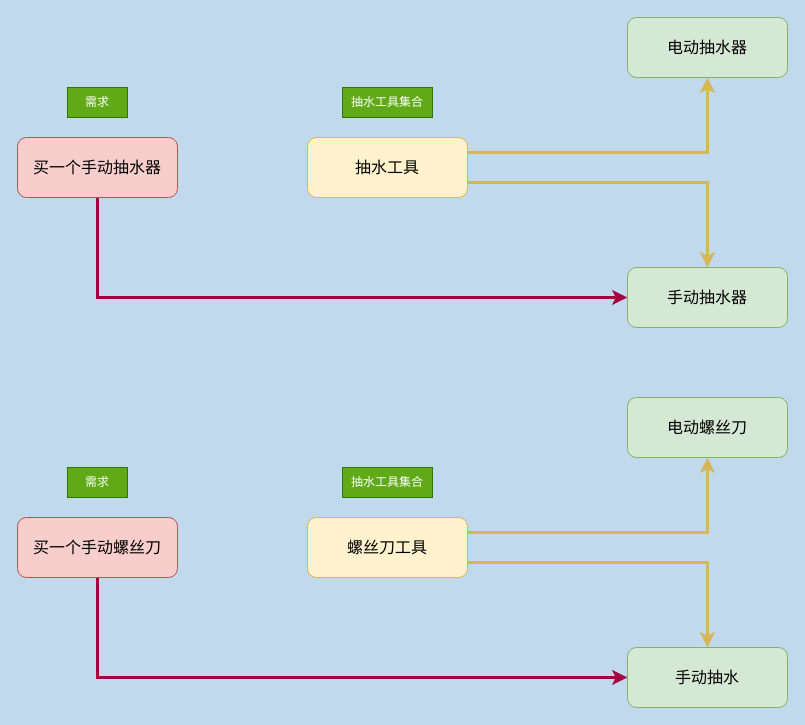
This is 信息差.drawio from bestOneOnly/drawRelations, a draw.io file, before an edit. Source tidied: cells renumbered, new cells numbered last; positions are measured from the earlier drawing's top-left corner, leaving out a move shared by most shapes. Both pictures are drawn from the tidied source at 100%, with x=0, y=0 at pixel (17, 17).
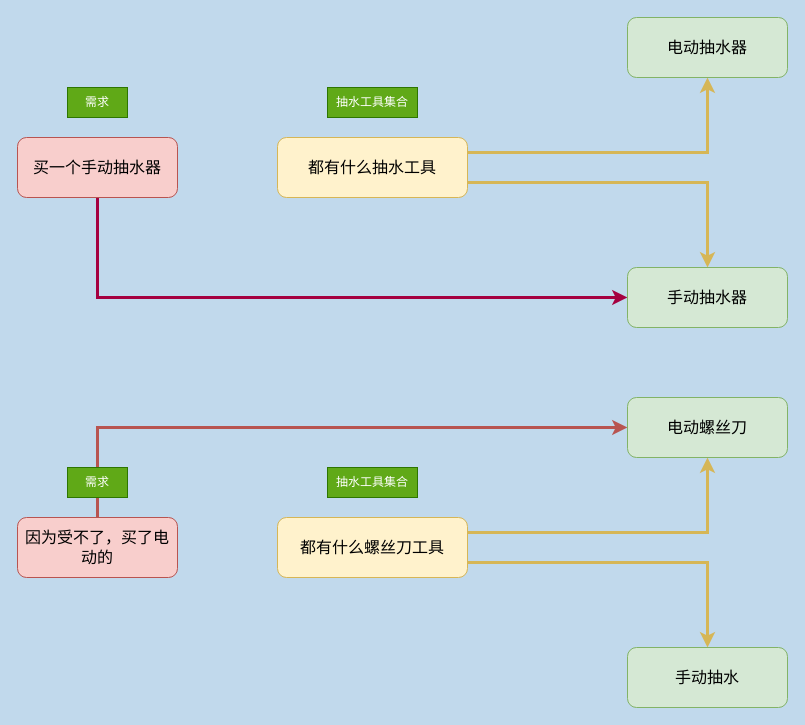
Above is the later version.

Commit message:
更新信息差.drawio

The edit, as a diff of the source:
```diff
@@
 <mxGraphModel background="#C1D9EC">
   <root>
     <mxCell id="0" />
     <mxCell id="1" parent="0" />
     <mxCell id="2" style="edgeStyle=orthogonalEdgeStyle;rounded=0;jettySize=auto;html=1;exitX=0.5;exitY=1;exitDx=0;exitDy=0;entryX=0;entryY=0.5;entryDx=0;entryDy=0;fillColor=#d80073;strokeColor=#A50040;strokeWidth=3;" parent="1" edge="1" source="3" target="8">
       <mxGeometry relative="1" as="geometry" />
     </mxCell>
     <mxCell id="3" value="&lt;font style=&quot;font-size: 16px;&quot;&gt;买一个手动抽水器&lt;/font&gt;" style="rounded=1;whiteSpace=wrap;html=1;fillColor=#f8cecc;strokeColor=#b85450;" parent="1" vertex="1">
       <mxGeometry y="120" width="160" height="60" as="geometry" />
     </mxCell>
     <mxCell id="4" value="需求" style="text;html=1;whiteSpace=wrap;strokeColor=#2D7600;fillColor=#60a917;align=center;verticalAlign=middle;rounded=0;fontColor=#ffffff;" parent="1" vertex="1">
       <mxGeometry x="50" y="70" width="60" height="30" as="geometry" />
     </mxCell>
     <mxCell id="5" style="edgeStyle=orthogonalEdgeStyle;rounded=0;jettySize=auto;html=1;exitX=1;exitY=0.25;exitDx=0;exitDy=0;entryX=0.5;entryY=1;entryDx=0;entryDy=0;fillColor=#fff2cc;strokeColor=#d6b656;strokeWidth=3;" parent="1" edge="1" source="7" target="9">
       <mxGeometry relative="1" as="geometry" />
     </mxCell>
     <mxCell id="6" style="edgeStyle=orthogonalEdgeStyle;rounded=0;jettySize=auto;html=1;exitX=1;exitY=0.75;exitDx=0;exitDy=0;entryX=0.5;entryY=0;entryDx=0;entryDy=0;fillColor=#fff2cc;strokeColor=#d6b656;strokeWidth=3;" parent="1" edge="1" source="7" target="8">
       <mxGeometry relative="1" as="geometry" />
     </mxCell>
-    <mxCell id="7" value="&lt;span style=&quot;font-size: 16px;&quot;&gt;抽水工具&lt;/span&gt;" style="rounded=1;whiteSpace=wrap;html=1;fillColor=#fff2cc;strokeColor=#d6b656;" parent="1" vertex="1">
-      <mxGeometry x="290" y="120" width="160" height="60" as="geometry" />
+    <mxCell id="7" value="&lt;span style=&quot;font-size: 16px;&quot;&gt;都有什么抽水工具&lt;/span&gt;" style="rounded=1;whiteSpace=wrap;html=1;fillColor=#fff2cc;strokeColor=#d6b656;" parent="1" vertex="1">
+      <mxGeometry x="260" y="120" width="190" height="60" as="geometry" />
     </mxCell>
     <mxCell id="8" value="&lt;span style=&quot;font-size: 16px;&quot;&gt;手动抽水器&lt;/span&gt;" style="rounded=1;whiteSpace=wrap;html=1;fillColor=#d5e8d4;strokeColor=#82b366;" parent="1" vertex="1">
       <mxGeometry x="610" y="250" width="160" height="60" as="geometry" />
     </mxCell>
     <mxCell id="9" value="&lt;span style=&quot;font-size: 16px;&quot;&gt;电动抽水器&lt;/span&gt;" style="rounded=1;whiteSpace=wrap;html=1;fillColor=#d5e8d4;strokeColor=#82b366;" parent="1" vertex="1">
       <mxGeometry x="610" width="160" height="60" as="geometry" />
     </mxCell>
     <mxCell id="10" value="抽水工具集合" style="text;html=1;whiteSpace=wrap;strokeColor=#2D7600;fillColor=#60a917;align=center;verticalAlign=middle;rounded=0;fontColor=#ffffff;" parent="1" vertex="1">
-      <mxGeometry x="325" y="70" width="90" height="30" as="geometry" />
+      <mxGeometry x="310" y="70" width="90" height="30" as="geometry" />
     </mxCell>
-    <mxCell id="11" style="edgeStyle=orthogonalEdgeStyle;rounded=0;jettySize=auto;html=1;exitX=0.5;exitY=1;exitDx=0;exitDy=0;entryX=0;entryY=0.5;entryDx=0;entryDy=0;fillColor=#d80073;strokeColor=#A50040;strokeWidth=3;" parent="1" edge="1" source="12" target="17">
-      <mxGeometry relative="1" as="geometry" />
-    </mxCell>
+    <mxCell id="20" style="edgeStyle=orthogonalEdgeStyle;rounded=0;jettySize=auto;html=1;exitX=0.5;exitY=0;exitDx=0;exitDy=0;entryX=0;entryY=0.5;entryDx=0;entryDy=0;fillColor=#f8cecc;strokeColor=#b85450;strokeWidth=3;" parent="1" edge="1" source="12" target="18">
+      <mxGeometry relative="1" as="geometry" />
+    </mxCell>
-    <mxCell id="12" value="&lt;font style=&quot;font-size: 16px;&quot;&gt;买一个手动螺丝刀&lt;/font&gt;" style="rounded=1;whiteSpace=wrap;html=1;fillColor=#f8cecc;strokeColor=#b85450;" parent="1" vertex="1">
+    <mxCell id="12" value="&lt;span style=&quot;font-size: 16px;&quot;&gt;因为受不了，买了电动的&lt;/span&gt;" style="rounded=1;whiteSpace=wrap;html=1;fillColor=#f8cecc;strokeColor=#b85450;" parent="1" vertex="1">
       <mxGeometry y="500" width="160" height="60" as="geometry" />
     </mxCell>
     <mxCell id="13" value="需求" style="text;html=1;whiteSpace=wrap;strokeColor=#2D7600;fillColor=#60a917;align=center;verticalAlign=middle;rounded=0;fontColor=#ffffff;" parent="1" vertex="1">
       <mxGeometry x="50" y="450" width="60" height="30" as="geometry" />
     </mxCell>
     <mxCell id="14" style="edgeStyle=orthogonalEdgeStyle;rounded=0;jettySize=auto;html=1;exitX=1;exitY=0.25;exitDx=0;exitDy=0;entryX=0.5;entryY=1;entryDx=0;entryDy=0;fillColor=#fff2cc;strokeColor=#d6b656;strokeWidth=3;" parent="1" edge="1" source="16" target="18">
       <mxGeometry relative="1" as="geometry" />
     </mxCell>
     <mxCell id="15" style="edgeStyle=orthogonalEdgeStyle;rounded=0;jettySize=auto;html=1;exitX=1;exitY=0.75;exitDx=0;exitDy=0;entryX=0.5;entryY=0;entryDx=0;entryDy=0;fillColor=#fff2cc;strokeColor=#d6b656;strokeWidth=3;" parent="1" edge="1" source="16" target="17">
       <mxGeometry relative="1" as="geometry" />
     </mxCell>
-    <mxCell id="16" value="&lt;span style=&quot;font-size: 16px;&quot;&gt;螺丝刀工具&lt;/span&gt;" style="rounded=1;whiteSpace=wrap;html=1;fillColor=#fff2cc;strokeColor=#d6b656;" parent="1" vertex="1">
-      <mxGeometry x="290" y="500" width="160" height="60" as="geometry" />
+    <mxCell id="16" value="&lt;span style=&quot;font-size: 16px;&quot;&gt;都有什么螺丝刀工具&lt;/span&gt;" style="rounded=1;whiteSpace=wrap;html=1;fillColor=#fff2cc;strokeColor=#d6b656;" parent="1" vertex="1">
+      <mxGeometry x="260" y="500" width="190" height="60" as="geometry" />
     </mxCell>
     <mxCell id="17" value="&lt;span style=&quot;font-size: 16px;&quot;&gt;手动抽水&lt;/span&gt;" style="rounded=1;whiteSpace=wrap;html=1;fillColor=#d5e8d4;strokeColor=#82b366;" parent="1" vertex="1">
       <mxGeometry x="610" y="630" width="160" height="60" as="geometry" />
     </mxCell>
     <mxCell id="18" value="&lt;span style=&quot;font-size: 16px;&quot;&gt;电动螺丝刀&lt;/span&gt;" style="rounded=1;whiteSpace=wrap;html=1;fillColor=#d5e8d4;strokeColor=#82b366;" parent="1" vertex="1">
       <mxGeometry x="610" y="380" width="160" height="60" as="geometry" />
     </mxCell>
     <mxCell id="19" value="抽水工具集合" style="text;html=1;whiteSpace=wrap;strokeColor=#2D7600;fillColor=#60a917;align=center;verticalAlign=middle;rounded=0;fontColor=#ffffff;" parent="1" vertex="1">
-      <mxGeometry x="325" y="450" width="90" height="30" as="geometry" />
+      <mxGeometry x="310" y="450" width="90" height="30" as="geometry" />
     </mxCell>
   </root>
 </mxGraphModel>
```
